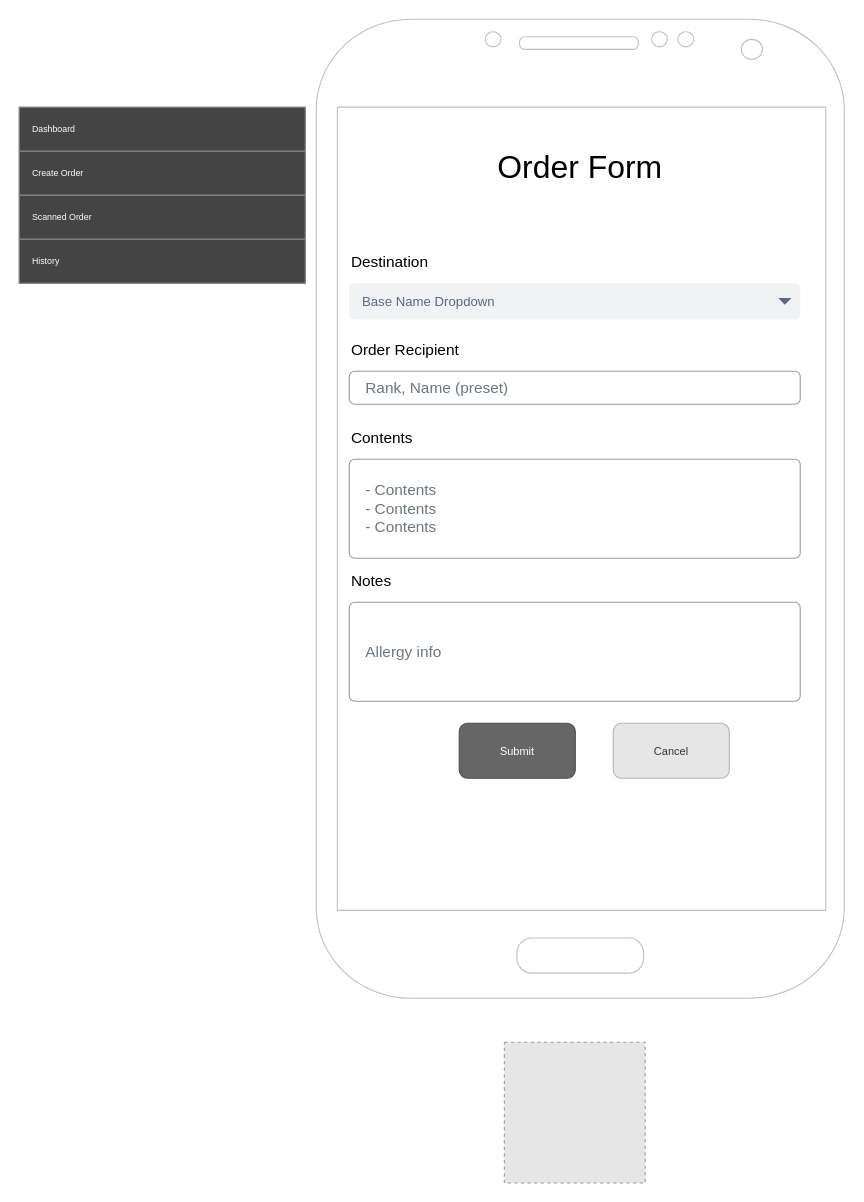
This is page "Order form" (2 of 7) of Documentation/Wireframes/NFS Mobile App.drawio from ThatOneGal/NavyFoodSecurity, a draw.io file, before an edit. Source tidied: cells renumbered, new cells numbered last; positions are measured from the earlier drawing's top-left corner, leaving out a move shared by most shapes. Both pictures are drawn from the tidied source at 110%, with x=0, y=0 at pixel (19, 19). Pictures stored in the file or linked from it are replaced by grey dashed boxes.
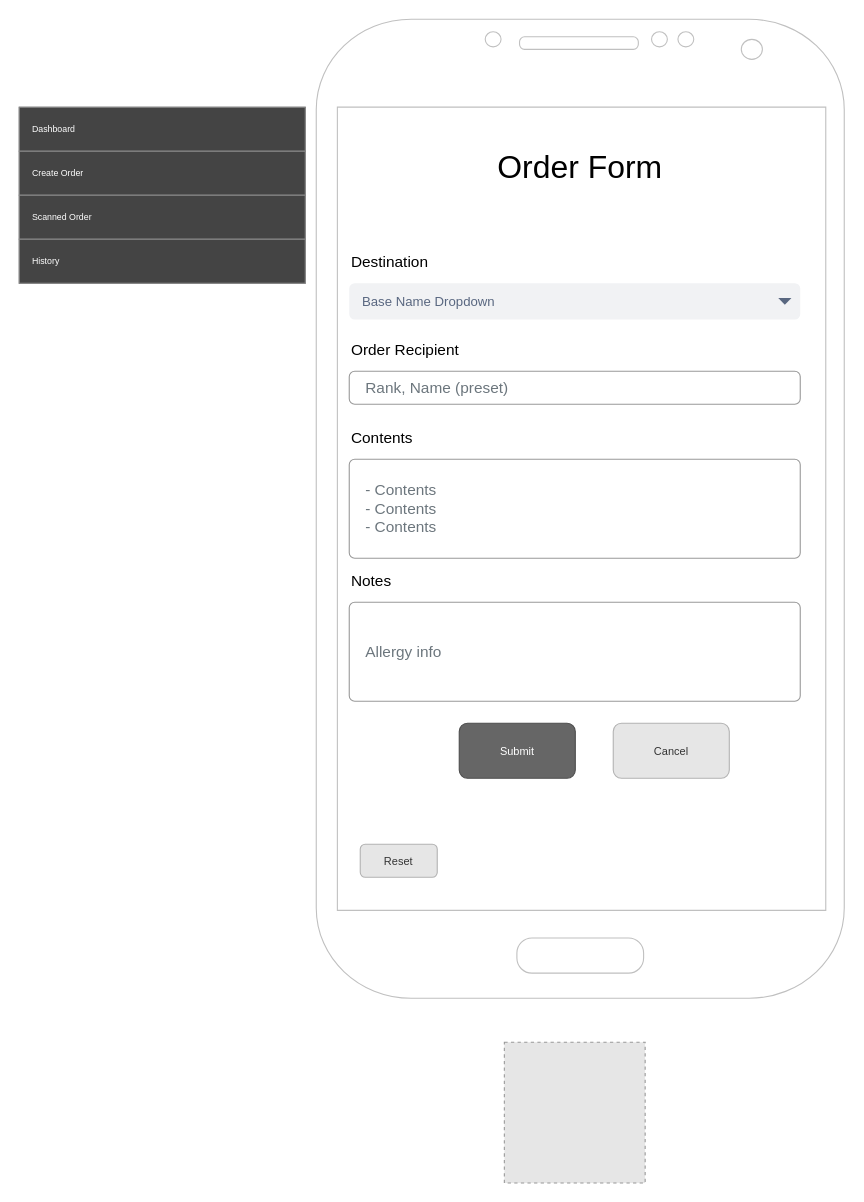
After the change.

What changed in the source:
```diff
@@
+    <mxCell id="21" value="Reset" style="rounded=1;html=1;shadow=0;dashed=0;whiteSpace=wrap;fontSize=10;fillColor=#E6E6E6;align=center;strokeColor=#B3B3B3;fontColor=#333333;" parent="1" vertex="1">
+      <mxGeometry x="310" y="750" width="70" height="30" as="geometry" />
+    </mxCell>
```
